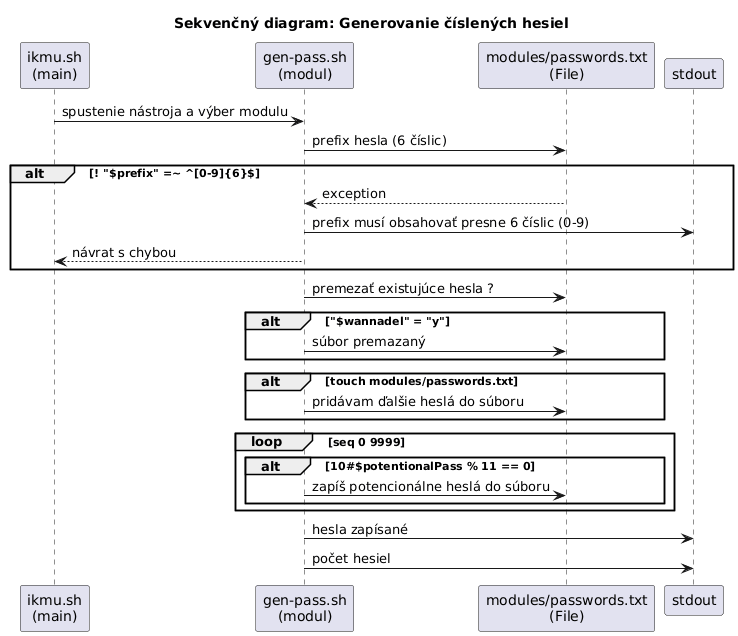
Above: diagrams/sequence_diagram_gen_pass.png in majohlavacka/Diplomova-praca (PlantUML), before the change.
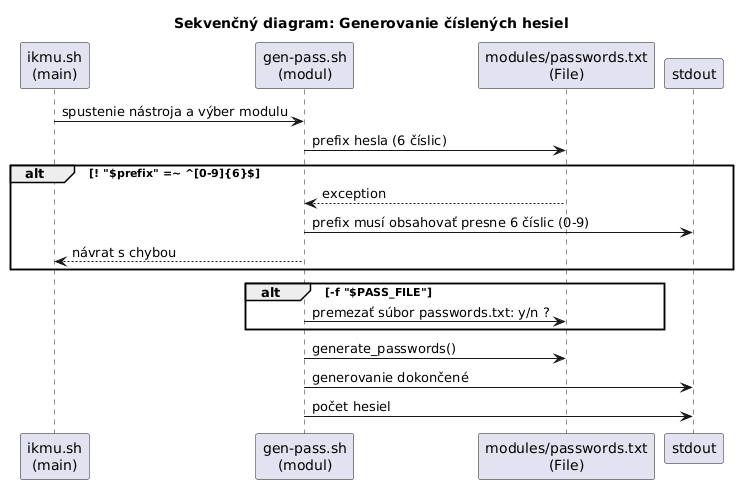
After the change.

What changed in the source:
```diff
@@ -16,22 +16,12 @@
   Modul --> IKMU : návrat s chybou
 end
 
-Modul -> File : premezať existujúce hesla ?
-
-alt "$wannadel" = "y"
-  Modul -> File : súbor premazaný
+alt -f "$PASS_FILE"
+  Modul -> File : premezať súbor passwords.txt: y/n ?
 end
 
-alt touch modules/passwords.txt
-  Modul -> File : pridávam ďalšie heslá do súboru
-end
+Modul -> File : generate_passwords()
 
-loop seq 0 9999
-  alt 10#$potentionalPass % 11 == 0
-    Modul -> File : zapíš potencionálne heslá do súboru
-  end
-end
-
-Modul -> Console : hesla zapísané
+Modul -> Console : generovanie dokončené
 Modul -> Console : počet hesiel
 @enduml
```
